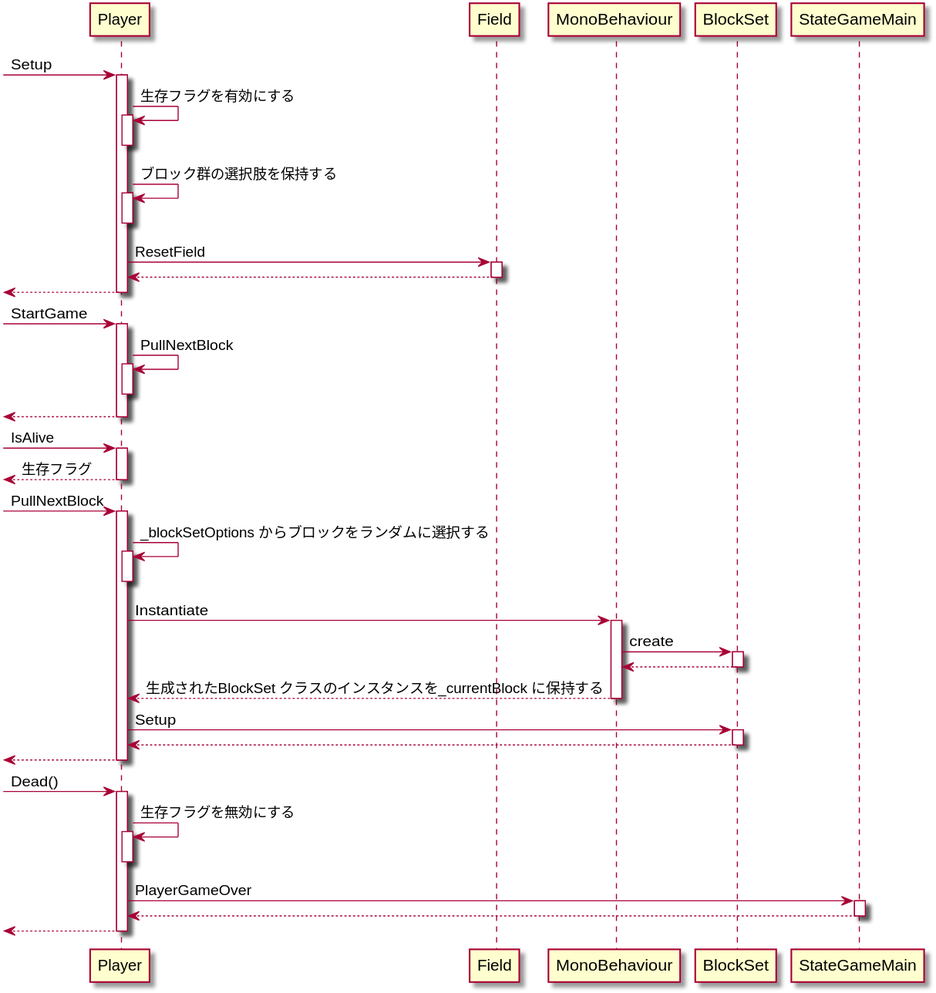
Earlier version of the PlantUML export plant_uml/SQD_Player.svg (azarashin/UnityTetris).
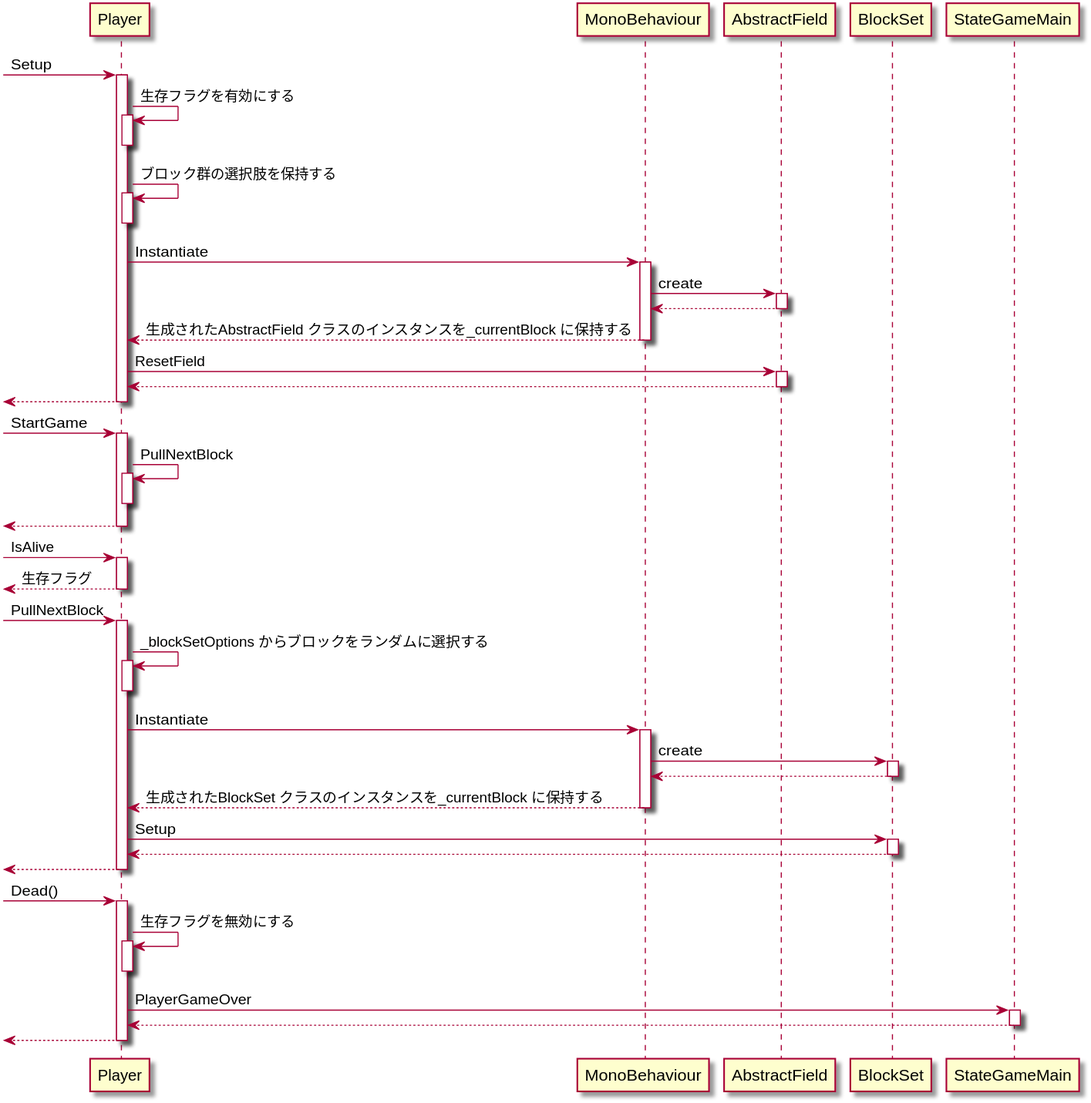
After the change.

The edit, as a diff of the source:
```diff
@@ -8,10 +8,18 @@
     Player -> Player : ブロック群の選択肢を保持する
     activate Player
     deactivate Player
-    Player -> Field : ResetField
-    activate Field
-        Player <-- Field
-    deactivate Field
+    Player -> MonoBehaviour : Instantiate
+    activate MonoBehaviour
+        MonoBehaviour -> AbstractField : create
+        activate AbstractField
+            MonoBehaviour <-- AbstractField
+        deactivate AbstractField
+        Player <-- MonoBehaviour : 生成されたAbstractField クラスのインスタンスを_currentBlock に保持する
+    deactivate MonoBehaviour
+    Player -> AbstractField : ResetField
+    activate AbstractField
+        Player <-- AbstractField
+    deactivate AbstractField
     [<-- Player
 deactivate Player
 
```
